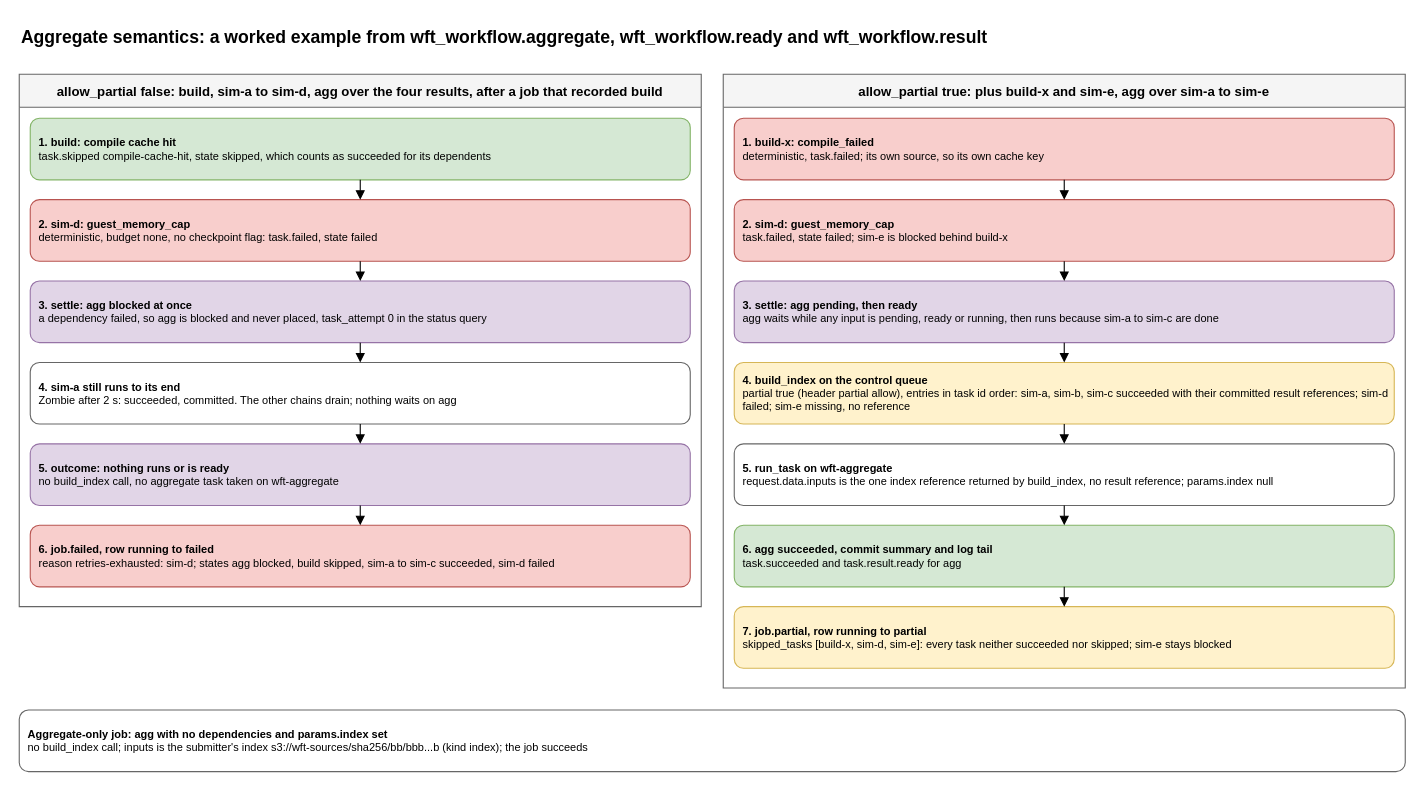
AndoNorth/disyard keeps this draw.io diagram as packages/workflow/aggregate.drawio. Above is the earlier version. Source tidied: cells renumbered, new cells numbered last; positions are measured from the earlier drawing's top-left corner, leaving out a move shared by most shapes. Both pictures are drawn from the tidied source at 110%, with x=0, y=0 at pixel (19, 19).
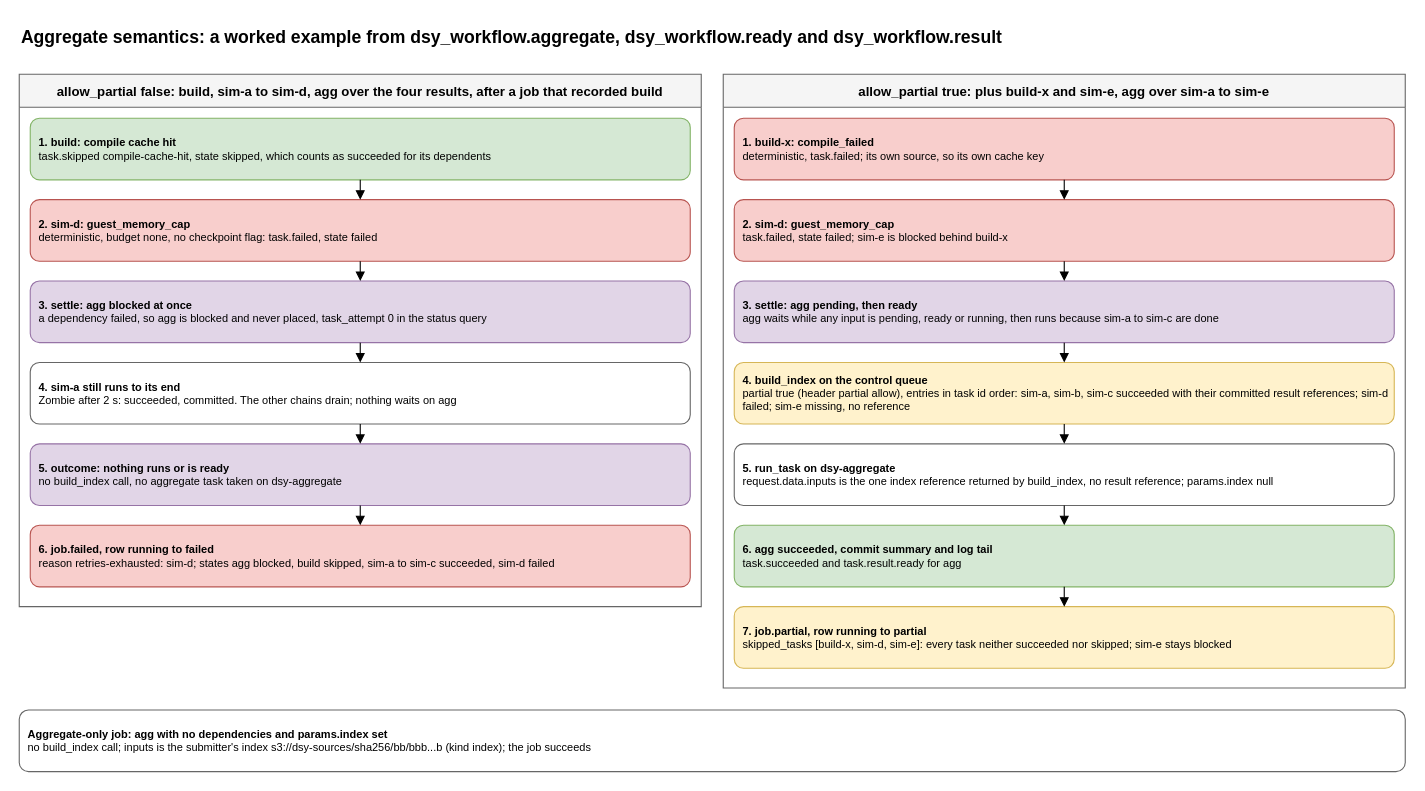
The same diagram, later.

Unchanged cells that the change refers to:
```xml
<mxCell id="3" value="allow_partial false: build, sim-a to sim-d, agg over the four results, after a job that recorded build" style="swimlane;startSize=30;fillColor=#f5f5f5;strokeColor=#666666;fontStyle=1;" parent="1" vertex="1">
  <mxGeometry y="50" width="620" height="484" as="geometry" />
</mxCell>
<mxCell id="15" value="allow_partial true: plus build-x and sim-e, agg over sim-a to sim-e" style="swimlane;startSize=30;fillColor=#f5f5f5;strokeColor=#666666;fontStyle=1;" parent="1" vertex="1">
  <mxGeometry x="640" y="50" width="620" height="558" as="geometry" />
</mxCell>
```

Diff of the diagram source:
```diff
@@
-    <mxCell id="2" value="Aggregate semantics: a worked example from wft_workflow.aggregate, wft_workflow.ready and wft_workflow.result" style="text;html=1;fontSize=16;fontStyle=1;align=left;" parent="1" vertex="1">
+    <mxCell id="2" value="Aggregate semantics: a worked example from dsy_workflow.aggregate, dsy_workflow.ready and dsy_workflow.result" style="text;html=1;fontSize=16;fontStyle=1;align=left;" parent="1" vertex="1">
       <mxGeometry width="1260" height="30" as="geometry" />
     </mxCell>
@@
-    <mxCell id="11" value="&lt;b&gt;5. outcome: nothing runs or is ready&lt;/b&gt;&lt;br&gt;no build_index call, no aggregate task taken on wft-aggregate" style="rounded=1;whiteSpace=wrap;html=1;fontSize=10;align=left;spacingLeft=6;fillColor=#e1d5e7;strokeColor=#9673a6;" parent="3" vertex="1">
+    <mxCell id="11" value="&lt;b&gt;5. outcome: nothing runs or is ready&lt;/b&gt;&lt;br&gt;no build_index call, no aggregate task taken on dsy-aggregate" style="rounded=1;whiteSpace=wrap;html=1;fontSize=10;align=left;spacingLeft=6;fillColor=#e1d5e7;strokeColor=#9673a6;" parent="3" vertex="1">
       <mxGeometry x="10" y="336" width="600" height="56" as="geometry" />
     </mxCell>
@@
-    <mxCell id="23" value="&lt;b&gt;5. run_task on wft-aggregate&lt;/b&gt;&lt;br&gt;request.data.inputs is the one index reference returned by build_index, no result reference; params.index null" style="rounded=1;whiteSpace=wrap;html=1;fontSize=10;align=left;spacingLeft=6;fillColor=#ffffff;strokeColor=#666666;" parent="15" vertex="1">
+    <mxCell id="23" value="&lt;b&gt;5. run_task on dsy-aggregate&lt;/b&gt;&lt;br&gt;request.data.inputs is the one index reference returned by build_index, no result reference; params.index null" style="rounded=1;whiteSpace=wrap;html=1;fontSize=10;align=left;spacingLeft=6;fillColor=#ffffff;strokeColor=#666666;" parent="15" vertex="1">
       <mxGeometry x="10" y="336" width="600" height="56" as="geometry" />
     </mxCell>
@@
-    <mxCell id="29" value="&lt;b&gt;Aggregate-only job: agg with no dependencies and params.index set&lt;/b&gt;&lt;br&gt;no build_index call; inputs is the submitter's index s3://wft-sources/sha256/bb/bbb...b (kind index); the job succeeds" style="rounded=1;whiteSpace=wrap;html=1;fontSize=10;align=left;spacingLeft=6;fillColor=#ffffff;strokeColor=#666666;" parent="1" vertex="1">
+    <mxCell id="29" value="&lt;b&gt;Aggregate-only job: agg with no dependencies and params.index set&lt;/b&gt;&lt;br&gt;no build_index call; inputs is the submitter's index s3://dsy-sources/sha256/bb/bbb...b (kind index); the job succeeds" style="rounded=1;whiteSpace=wrap;html=1;fontSize=10;align=left;spacingLeft=6;fillColor=#ffffff;strokeColor=#666666;" parent="1" vertex="1">
       <mxGeometry y="628" width="1260" height="56" as="geometry" />
     </mxCell>
```
